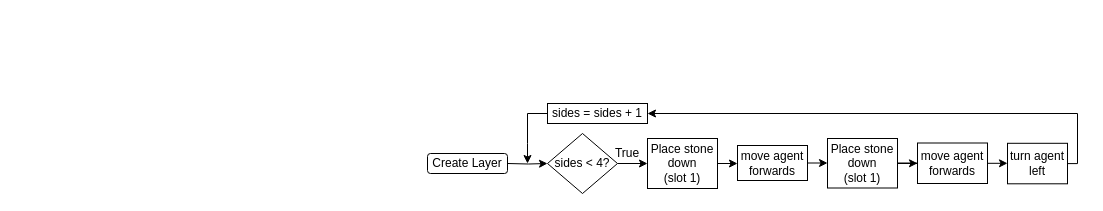
Before: tutorials/python-islands/island-7/tower_builder/flowchart-landscape-function.drawio in CausewayDigital/Minecraft-EE-MakeCode, a draw.io diagram. Source tidied: cells renumbered, new cells numbered last; positions are measured from the earlier drawing's top-left corner, leaving out a move shared by most shapes. Both pictures are drawn from the tidied source at 100%, with x=0, y=0 at pixel (427, 103).
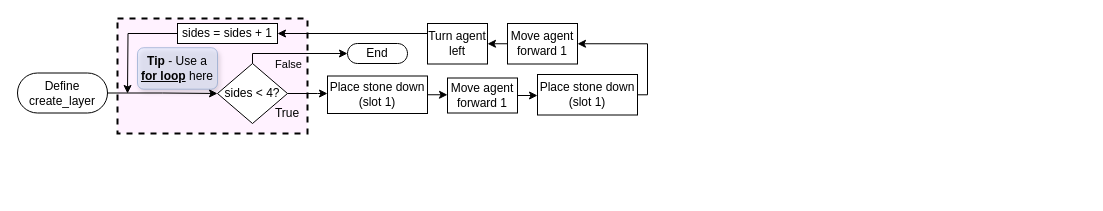
After the change.

What changed in the source:
```diff
@@
-    <mxCell id="2" value="Create Layer" style="rounded=1;whiteSpace=wrap;html=1;" parent="1" vertex="1">
-      <mxGeometry y="50" width="80" height="20" as="geometry" />
-    </mxCell>
-    <mxCell id="3" style="edgeStyle=orthogonalEdgeStyle;rounded=0;jettySize=auto;html=1;" parent="1" edge="1" target="5">
-      <mxGeometry relative="1" as="geometry">
-        <mxPoint x="80" y="60" as="sourcePoint" />
-      </mxGeometry>
-    </mxCell>
+    <mxCell id="19" style="rounded=0;whiteSpace=wrap;html=1;fillColor=light-dark(#FB0FFF0D,#EDEDED0D);strokeColor=#000000;strokeWidth=2;dashed=1;perimeterSpacing=0;" parent="1" vertex="1">
+      <mxGeometry x="-310" y="-85" width="190" height="115" as="geometry" />
+    </mxCell>
     <mxCell id="4" style="edgeStyle=orthogonalEdgeStyle;rounded=0;jettySize=auto;html=1;" parent="1" edge="1" source="5" target="7">
-      <mxGeometry relative="1" as="geometry" />
+      <mxGeometry relative="1" as="geometry">
+        <Array as="points">
+          <mxPoint x="-110" y="-10" />
+          <mxPoint x="-110" y="-10" />
+        </Array>
+      </mxGeometry>
     </mxCell>
     <mxCell id="5" value="sides &amp;lt; 4?" style="rhombus;whiteSpace=wrap;html=1;" parent="1" vertex="1">
-      <mxGeometry x="120" y="30" width="70" height="60" as="geometry" />
+      <mxGeometry x="-210" y="-40" width="70" height="60" as="geometry" />
     </mxCell>
-    <mxCell id="6" style="edgeStyle=orthogonalEdgeStyle;rounded=0;jettySize=auto;html=1;entryX=0;entryY=0.5;entryDx=0;entryDy=0;" parent="1" edge="1" source="7" target="9">
+    <mxCell id="6" style="edgeStyle=orthogonalEdgeStyle;rounded=0;jettySize=auto;html=1;exitX=1;exitY=0.5;exitDx=0;exitDy=0;entryX=0;entryY=0.5;entryDx=0;entryDy=0;" parent="1" edge="1" source="7" target="9">
       <mxGeometry relative="1" as="geometry" />
     </mxCell>
     <mxCell id="7" value="&lt;div&gt;Place stone down&lt;/div&gt;&lt;div&gt;(slot 1)&lt;/div&gt;" style="rounded=0;whiteSpace=wrap;html=1;strokeColor=light-dark(#000000, #ededed);" parent="1" vertex="1">
-      <mxGeometry x="220" y="35" width="70" height="50" as="geometry" />
+      <mxGeometry x="-100" y="-27.5" width="100" height="37.5" as="geometry" />
     </mxCell>
-    <mxCell id="8" style="edgeStyle=orthogonalEdgeStyle;rounded=0;jettySize=auto;html=1;" parent="1" edge="1" source="9" target="11">
+    <mxCell id="8" style="edgeStyle=orthogonalEdgeStyle;rounded=0;jettySize=auto;html=1;exitX=1;exitY=0.5;exitDx=0;exitDy=0;entryX=0;entryY=0.5;entryDx=0;entryDy=0;" parent="1" edge="1" source="9" target="11">
       <mxGeometry relative="1" as="geometry" />
     </mxCell>
-    <mxCell id="9" value="move agent forwards" style="rounded=0;whiteSpace=wrap;html=1;strokeColor=light-dark(#000000, #ededed);" parent="1" vertex="1">
-      <mxGeometry x="310" y="42" width="70" height="35" as="geometry" />
+    <mxCell id="9" value="Move agent forward 1" style="rounded=0;whiteSpace=wrap;html=1;strokeColor=light-dark(#000000, #ededed);" parent="1" vertex="1">
+      <mxGeometry x="20" y="-25.5" width="70" height="35" as="geometry" />
     </mxCell>
-    <mxCell id="10" style="edgeStyle=orthogonalEdgeStyle;rounded=0;jettySize=auto;html=1;" parent="1" edge="1" source="11" target="13">
-      <mxGeometry relative="1" as="geometry" />
+    <mxCell id="10" style="edgeStyle=orthogonalEdgeStyle;rounded=0;jettySize=auto;html=1;entryX=1;entryY=0.5;entryDx=0;entryDy=0;" parent="1" edge="1" source="11" target="13">
+      <mxGeometry relative="1" as="geometry">
+        <Array as="points">
+          <mxPoint x="220" y="-9" />
+          <mxPoint x="220" y="-60" />
+        </Array>
+      </mxGeometry>
     </mxCell>
     <mxCell id="11" value="&lt;div&gt;Place stone down&lt;/div&gt;(slot 1)" style="rounded=0;whiteSpace=wrap;html=1;strokeColor=light-dark(#000000, #ededed);" parent="1" vertex="1">
-      <mxGeometry x="400" y="35" width="70" height="49.5" as="geometry" />
+      <mxGeometry x="110" y="-29" width="100" height="40.5" as="geometry" />
     </mxCell>
-    <mxCell id="12" style="edgeStyle=orthogonalEdgeStyle;rounded=0;jettySize=auto;html=1;" parent="1" edge="1" source="13" target="18">
+    <mxCell id="12" style="edgeStyle=orthogonalEdgeStyle;rounded=0;jettySize=auto;html=1;exitX=0;exitY=0.5;exitDx=0;exitDy=0;entryX=1;entryY=0.5;entryDx=0;entryDy=0;" parent="1" edge="1" source="13" target="18">
       <mxGeometry relative="1" as="geometry" />
     </mxCell>
-    <mxCell id="13" value="move agent forwards" style="rounded=0;whiteSpace=wrap;html=1;strokeColor=light-dark(#000000, #ededed);" parent="1" vertex="1">
-      <mxGeometry x="490" y="39.5" width="70" height="40.5" as="geometry" />
+    <mxCell id="13" value="Move agent forward 1" style="rounded=0;whiteSpace=wrap;html=1;strokeColor=light-dark(#000000, #ededed);" parent="1" vertex="1">
+      <mxGeometry x="80" y="-80" width="70" height="40.5" as="geometry" />
     </mxCell>
-    <mxCell id="14" style="edgeStyle=orthogonalEdgeStyle;rounded=0;jettySize=auto;html=1;" parent="1" edge="1" source="15">
-      <mxGeometry relative="1" as="geometry">
-        <mxPoint x="100" y="60" as="targetPoint" />
-      </mxGeometry>
-    </mxCell>
+    <mxCell id="20" style="edgeStyle=orthogonalEdgeStyle;rounded=0;jettySize=auto;html=1;exitX=0;exitY=0.5;exitDx=0;exitDy=0;" parent="1" edge="1" source="15">
+      <mxGeometry relative="1" as="geometry">
+        <mxPoint x="-300" y="-10" as="targetPoint" />
+      </mxGeometry>
+    </mxCell>
     <mxCell id="15" value="sides = sides + 1" style="rounded=0;whiteSpace=wrap;html=1;" parent="1" vertex="1">
-      <mxGeometry x="120" width="100" height="20" as="geometry" />
+      <mxGeometry x="-250" y="-80" width="100" height="20" as="geometry" />
     </mxCell>
     <mxCell id="16" value="True" style="text;html=1;strokeColor=none;fillColor=none;align=center;verticalAlign=middle;whiteSpace=wrap;rounded=0;" parent="1" vertex="1">
-      <mxGeometry x="180" y="40" width="40" height="20" as="geometry" />
+      <mxGeometry x="-160" width="40" height="20" as="geometry" />
     </mxCell>
-    <mxCell id="17" style="edgeStyle=orthogonalEdgeStyle;rounded=0;jettySize=auto;html=1;entryX=1;entryY=0.5;entryDx=0;entryDy=0;" parent="1" edge="1" source="18" target="15">
+    <mxCell id="17" style="edgeStyle=orthogonalEdgeStyle;rounded=0;jettySize=auto;html=1;exitX=0;exitY=0.5;exitDx=0;exitDy=0;entryX=1;entryY=0.5;entryDx=0;entryDy=0;" parent="1" edge="1" source="18" target="15">
       <mxGeometry relative="1" as="geometry">
         <Array as="points">
-          <mxPoint x="650" y="10" />
+          <mxPoint y="-70" />
         </Array>
       </mxGeometry>
     </mxCell>
-    <mxCell id="18" value="turn agent left" style="rounded=0;whiteSpace=wrap;html=1;strokeColor=light-dark(#000000, #ededed);" parent="1" vertex="1">
-      <mxGeometry x="580" y="39.8" width="60" height="40.5" as="geometry" />
+    <mxCell id="18" value="Turn agent left" style="rounded=0;whiteSpace=wrap;html=1;strokeColor=light-dark(#000000, #ededed);" parent="1" vertex="1">
+      <mxGeometry y="-80" width="60" height="40.5" as="geometry" />
     </mxCell>
+    <mxCell id="21" style="edgeStyle=orthogonalEdgeStyle;rounded=0;jettySize=auto;html=1;exitX=1;exitY=0.5;exitDx=0;exitDy=0;exitPerimeter=0;entryX=0;entryY=0.5;entryDx=0;entryDy=0;" parent="1" edge="1" source="22" target="5">
+      <mxGeometry relative="1" as="geometry" />
+    </mxCell>
+    <mxCell id="22" value="Define&lt;br&gt;create_layer" style="html=1;dashed=0;whiteSpace=wrap;shape=mxgraph.dfd.start;" parent="1" vertex="1">
+      <mxGeometry x="-410" y="-30.5" width="90" height="40" as="geometry" />
+    </mxCell>
+    <mxCell id="23" value="End" style="html=1;dashed=0;whiteSpace=wrap;shape=mxgraph.dfd.start;" parent="1" vertex="1">
+      <mxGeometry x="-80" y="-60" width="60" height="20" as="geometry" />
+    </mxCell>
+    <mxCell id="24" style="edgeStyle=orthogonalEdgeStyle;rounded=0;jettySize=auto;html=1;exitX=0.5;exitY=0;exitDx=0;exitDy=0;entryX=0;entryY=0.5;entryDx=0;entryDy=0;entryPerimeter=0;" parent="1" edge="1" source="5" target="23">
+      <mxGeometry relative="1" as="geometry">
+        <Array as="points">
+          <mxPoint x="-175" y="-50" />
+        </Array>
+      </mxGeometry>
+    </mxCell>
+    <mxCell id="25" value="False" style="edgeLabel;html=1;align=center;verticalAlign=middle;labelBackgroundColor=none;" parent="24" vertex="1">
+      <mxGeometry x="-0.39" y="3" relative="1" as="geometry">
+        <mxPoint x="13" y="13" as="offset" />
+      </mxGeometry>
+    </mxCell>
+    <mxCell id="26" value="&lt;b&gt;Tip &lt;/b&gt;- Use a &lt;b&gt;&lt;u&gt;for loop&lt;/u&gt;&lt;/b&gt; here" style="text;html=1;whiteSpace=wrap;strokeColor=#6c8ebf;fillColor=#dae8fc;align=center;verticalAlign=middle;rounded=1;glass=0;shadow=1;opacity=50;" parent="1" vertex="1">
+      <mxGeometry x="-290" y="-55.8" width="80" height="41.5" as="geometry" />
+    </mxCell>
```
